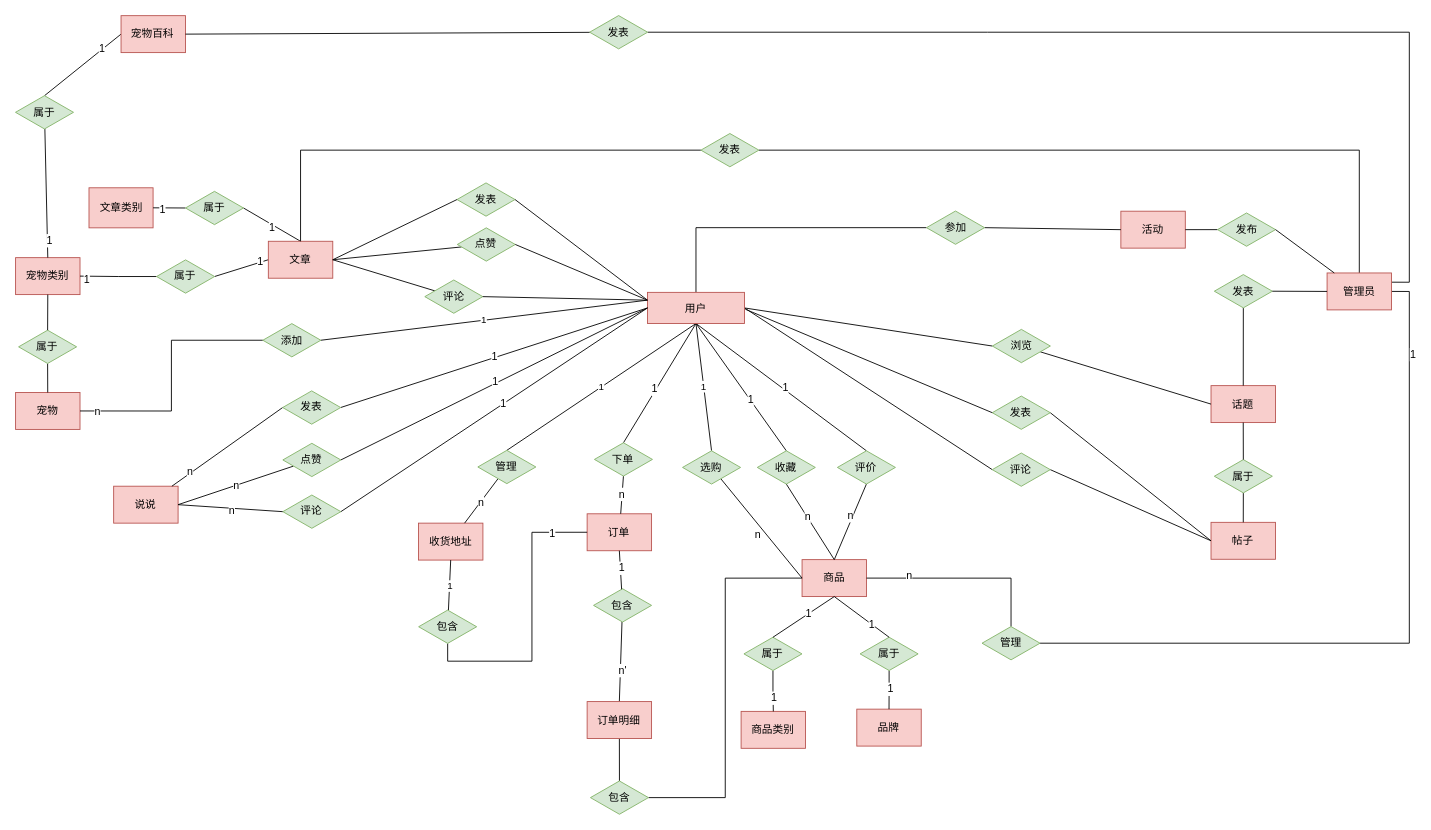
This is pet/ER/ER图总图.drawio from JMHello/draw, a draw.io file, before an edit. Source tidied: cells renumbered, new cells numbered last; positions are measured from the earlier drawing's top-left corner, leaving out a move shared by most shapes. Both pictures are drawn from the tidied source at 89%, with x=0, y=0 at pixel (15, 15).
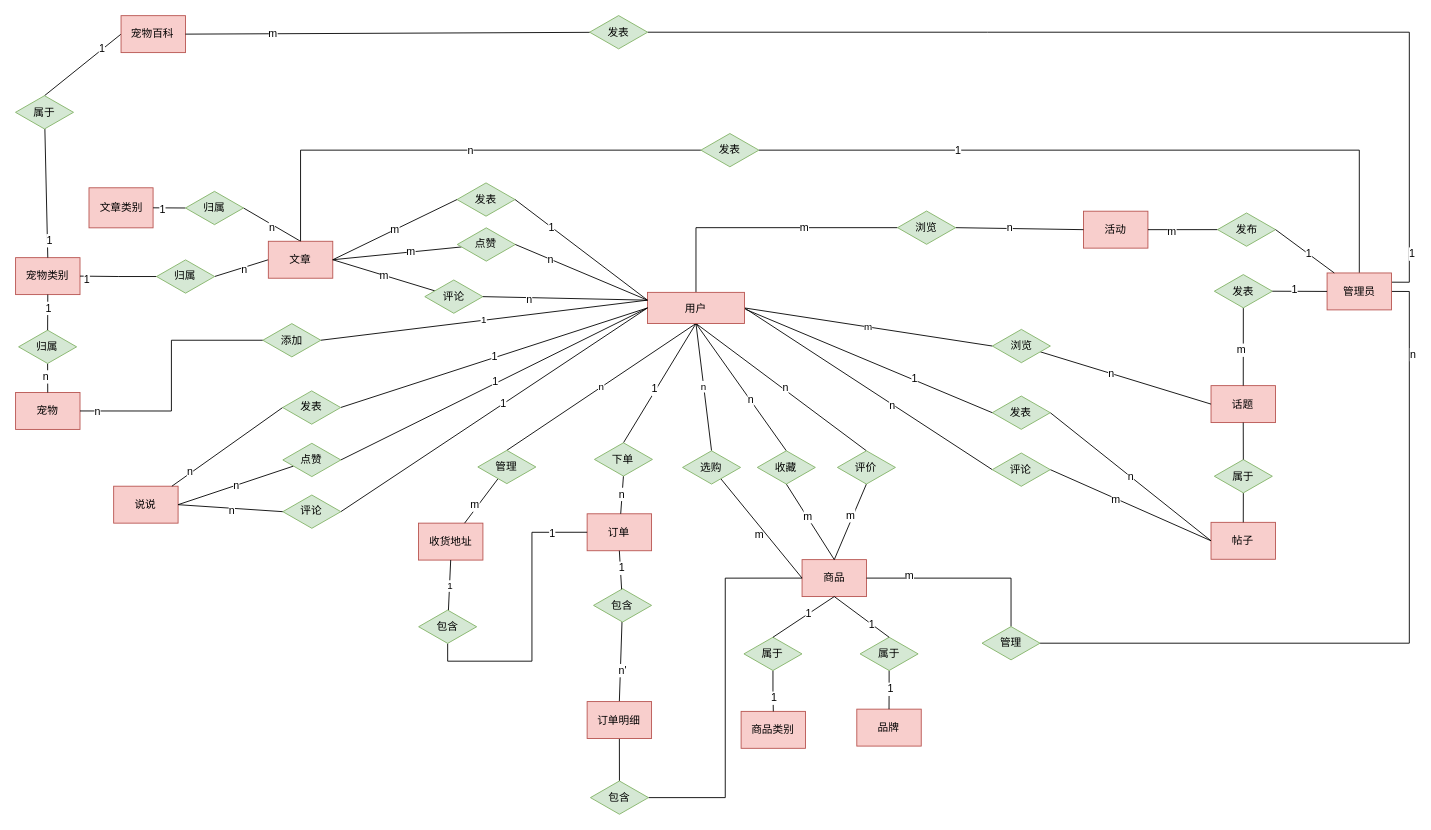
The same page after the edit.

Unchanged cells that the change refers to:
```xml
<mxCell id="4" style="edgeStyle=none;rounded=0;jettySize=auto;html=1;exitX=0.5;exitY=1;exitDx=0;exitDy=0;entryX=0.5;entryY=0;entryDx=0;entryDy=0;endArrow=none;endFill=0;fontSize=12;" parent="1" edge="1" source="14" target="105">
<mxCell id="6" style="edgeStyle=none;rounded=0;jettySize=auto;html=1;exitX=0.5;exitY=1;exitDx=0;exitDy=0;entryX=0.5;entryY=0;entryDx=0;entryDy=0;endArrow=none;endFill=0;fontSize=12;" parent="1" edge="1" source="14" target="108">
<mxCell id="12" style="edgeStyle=none;rounded=0;jettySize=auto;html=1;entryX=0;entryY=0.5;entryDx=0;entryDy=0;endArrow=none;endFill=0;exitX=1;exitY=0.5;exitDx=0;exitDy=0;" parent="1" edge="1" source="14" target="130">
<mxCell id="13" style="edgeStyle=orthogonalEdgeStyle;rounded=0;jettySize=auto;html=1;entryX=0;entryY=0.5;entryDx=0;entryDy=0;endArrow=none;endFill=0;exitX=0.5;exitY=0;exitDx=0;exitDy=0;" parent="1" edge="1" source="14" target="45">
<mxCell id="14" value="用户" style="rounded=0;whiteSpace=wrap;html=1;fillColor=#f8cecc;strokeColor=#b85450;fontSize=12;" parent="1" vertex="1">
<mxCell id="15" style="edgeStyle=orthogonalEdgeStyle;rounded=0;jettySize=auto;html=1;exitX=0.5;exitY=0;exitDx=0;exitDy=0;entryX=1;entryY=0.5;entryDx=0;entryDy=0;endArrow=none;endFill=0;fontSize=12;" parent="1" edge="1" source="19" target="64">
<mxCell id="16" style="edgeStyle=orthogonalEdgeStyle;rounded=0;jettySize=auto;html=1;entryX=1;entryY=0.5;entryDx=0;entryDy=0;endArrow=none;endFill=0;exitX=1;exitY=0.5;exitDx=0;exitDy=0;" parent="1" edge="1" source="19" target="111">
<mxCell id="18" style="edgeStyle=orthogonalEdgeStyle;rounded=0;jettySize=auto;html=1;entryX=1;entryY=0.5;entryDx=0;entryDy=0;endArrow=none;endFill=0;exitX=1;exitY=0.25;exitDx=0;exitDy=0;" parent="1" edge="1" source="19" target="135">
<mxCell id="20" style="rounded=0;jettySize=auto;html=1;exitX=0;exitY=0.5;exitDx=0;exitDy=0;entryX=1;entryY=0.5;entryDx=0;entryDy=0;endArrow=none;endFill=0;fontSize=12;" parent="1" edge="1" source="24" target="67">
<mxCell id="22" style="rounded=0;jettySize=auto;html=1;exitX=0.5;exitY=0;exitDx=0;exitDy=0;entryX=1;entryY=0.5;entryDx=0;entryDy=0;endArrow=none;endFill=0;fontSize=12;" parent="1" edge="1" source="24" target="71">
<mxCell id="24" value="文章" style="rounded=0;whiteSpace=wrap;html=1;fillColor=#f8cecc;strokeColor=#b85450;fontSize=12;" parent="1" vertex="1">
<mxCell id="28" value="发表" style="rhombus;whiteSpace=wrap;html=1;fontSize=12;fillColor=#d5e8d4;strokeColor=#82b366;" parent="1" vertex="1">
<mxCell id="29" style="rounded=0;jettySize=auto;html=1;entryX=1;entryY=0.5;entryDx=0;entryDy=0;fontSize=12;endArrow=none;endFill=0;exitX=0;exitY=0.25;exitDx=0;exitDy=0;" parent="1" edge="1" source="14" target="28">
<mxCell id="31" style="rounded=0;jettySize=auto;html=1;exitX=0.5;exitY=1;exitDx=0;exitDy=0;fontSize=12;endArrow=none;endFill=0;" parent="1" edge="1" source="32" target="25">
<mxCell id="33" style="rounded=0;jettySize=auto;html=1;entryX=1;entryY=0.5;entryDx=0;entryDy=0;fontSize=12;endArrow=none;endFill=0;exitX=0;exitY=0.5;exitDx=0;exitDy=0;" parent="1" edge="1" source="19" target="32">
<mxCell id="34" value="帖子" style="rounded=0;whiteSpace=wrap;html=1;fillColor=#f8cecc;strokeColor=#b85450;fontSize=12;" parent="1" vertex="1">
<mxCell id="39" value="发表" style="rhombus;whiteSpace=wrap;html=1;fontSize=12;fillColor=#d5e8d4;strokeColor=#82b366;" parent="1" vertex="1">
<mxCell id="40" style="rounded=0;jettySize=auto;html=1;entryX=0;entryY=0.5;entryDx=0;entryDy=0;endArrow=none;endFill=0;fontSize=12;" parent="1" edge="1" target="39">
<mxCell id="41" style="edgeStyle=none;rounded=0;jettySize=auto;html=1;entryX=1;entryY=0.5;entryDx=0;entryDy=0;endArrow=none;endFill=0;fontSize=12;" parent="1" edge="1" source="42" target="26">
<mxCell id="43" style="edgeStyle=none;rounded=0;jettySize=auto;html=1;entryX=1;entryY=0.5;entryDx=0;entryDy=0;endArrow=none;endFill=0;fontSize=12;" parent="1" edge="1" source="19" target="42">
<mxCell id="44" style="edgeStyle=none;rounded=0;jettySize=auto;html=1;exitX=1;exitY=0.5;exitDx=0;exitDy=0;entryX=0;entryY=0.5;entryDx=0;entryDy=0;endArrow=none;endFill=0;fontSize=12;" parent="1" edge="1" source="45" target="26">
<mxCell id="51" style="edgeStyle=none;rounded=0;jettySize=auto;html=1;entryX=1;entryY=0.5;entryDx=0;entryDy=0;endArrow=none;endFill=0;fontSize=12;" parent="1" edge="1" source="52" target="24">
<mxCell id="53" style="edgeStyle=none;rounded=0;jettySize=auto;html=1;exitX=0;exitY=0.25;exitDx=0;exitDy=0;entryX=1;entryY=0.5;entryDx=0;entryDy=0;endArrow=none;endFill=0;fontSize=12;" parent="1" edge="1" source="14" target="52">
<mxCell id="55" value="评论" style="rhombus;whiteSpace=wrap;html=1;fontSize=12;fillColor=#d5e8d4;strokeColor=#82b366;" parent="1" vertex="1">
<mxCell id="56" style="edgeStyle=none;rounded=0;jettySize=auto;html=1;exitX=0;exitY=0.25;exitDx=0;exitDy=0;entryX=1;entryY=0.5;entryDx=0;entryDy=0;endArrow=none;endFill=0;fontSize=12;" parent="1" edge="1" source="14" target="55">
<mxCell id="57" style="group;" parent="1" vertex="1">
<mxCell id="60" style="edgeStyle=none;rounded=0;jettySize=auto;html=1;exitX=0.5;exitY=1;exitDx=0;exitDy=0;endArrow=none;endFill=0;fontSize=12;" parent="57" edge="1" source="61" target="59">
<mxCell id="62" style="edgeStyle=none;rounded=0;jettySize=auto;html=1;exitX=0.5;exitY=1;exitDx=0;exitDy=0;entryX=0.5;entryY=0;entryDx=0;entryDy=0;endArrow=none;endFill=0;fontSize=12;" parent="57" edge="1" source="58" target="61">
<mxCell id="63" style="edgeStyle=orthogonalEdgeStyle;rounded=0;jettySize=auto;html=1;exitX=0;exitY=0.5;exitDx=0;exitDy=0;entryX=0.5;entryY=0;entryDx=0;entryDy=0;endArrow=none;endFill=0;fontSize=12;" parent="1" edge="1" source="64" target="24">
<mxCell id="103" style="edgeStyle=none;rounded=0;jettySize=auto;html=1;exitX=0.5;exitY=1;exitDx=0;exitDy=0;entryX=0.5;entryY=0;entryDx=0;entryDy=0;endArrow=none;endFill=0;fontSize=12;" parent="1" edge="1" source="105" target="82">
<mxCell id="106" style="edgeStyle=none;rounded=0;jettySize=auto;html=1;exitX=0.5;exitY=1;exitDx=0;exitDy=0;entryX=0.5;entryY=0;entryDx=0;entryDy=0;endArrow=none;endFill=0;fontSize=12;" parent="1" edge="1" source="108" target="82">
<mxCell id="109" style="edgeStyle=orthogonalEdgeStyle;rounded=0;jettySize=auto;html=1;entryX=1;entryY=0.5;entryDx=0;entryDy=0;endArrow=none;endFill=0;exitX=0.5;exitY=0;exitDx=0;exitDy=0;" parent="1" edge="1" source="111" target="82">
<mxCell id="113" style="edgeStyle=none;rounded=0;jettySize=auto;html=1;endArrow=none;endFill=0;" parent="1" edge="1" source="115" target="112">
<mxCell id="115" value="管理" style="rhombus;whiteSpace=wrap;html=1;fontSize=12;fillColor=#d5e8d4;strokeColor=#82b366;" parent="1" vertex="1">
<mxCell id="126" value="选购" style="rhombus;whiteSpace=wrap;html=1;fontSize=12;fillColor=#d5e8d4;strokeColor=#82b366;" parent="1" vertex="1">
<mxCell id="127" style="edgeStyle=none;rounded=0;jettySize=auto;html=1;endArrow=none;endFill=0;entryX=0;entryY=0.5;entryDx=0;entryDy=0;" parent="1" edge="1" source="128" target="25">
<mxCell id="128" value="浏览" style="rhombus;whiteSpace=wrap;html=1;fontSize=12;fillColor=#d5e8d4;strokeColor=#82b366;" parent="1" vertex="1">
<mxCell id="129" style="edgeStyle=none;rounded=0;jettySize=auto;html=1;entryX=0;entryY=0.5;entryDx=0;entryDy=0;endArrow=none;endFill=0;exitX=1;exitY=0.5;exitDx=0;exitDy=0;" parent="1" edge="1" source="130" target="34">
<mxCell id="134" style="edgeStyle=none;rounded=0;jettySize=auto;html=1;entryX=1;entryY=0.5;entryDx=0;entryDy=0;endArrow=none;endFill=0;" parent="1" edge="1" source="135" target="133">
```

Change to the diagram source:
```diff
@@
-    <mxCell id="5" value="1" style="text;html=1;align=center;verticalAlign=middle;labelBackgroundColor=#ffffff;" parent="4" vertex="1">
+    <mxCell id="5" value="n" style="text;html=1;align=center;verticalAlign=middle;labelBackgroundColor=#ffffff;" parent="4" vertex="1">
       <mxGeometry x="0.03" y="3" relative="1" as="geometry" />
     </mxCell>
@@
-    <mxCell id="7" value="1" style="text;html=1;align=center;verticalAlign=middle;labelBackgroundColor=#ffffff;" parent="6" vertex="1">
+    <mxCell id="7" value="n" style="text;html=1;align=center;verticalAlign=middle;labelBackgroundColor=#ffffff;" parent="6" vertex="1">
       <mxGeometry x="0.2" relative="1" as="geometry" />
     </mxCell>
-    <mxCell id="8" value="1" style="edgeStyle=none;rounded=0;jettySize=auto;html=1;entryX=0.5;entryY=0;entryDx=0;entryDy=0;endArrow=none;endFill=0;exitX=0.5;exitY=1;exitDx=0;exitDy=0;" parent="1" edge="1" source="14" target="115">
+    <mxCell id="8" value="n" style="edgeStyle=none;rounded=0;jettySize=auto;html=1;entryX=0.5;entryY=0;entryDx=0;entryDy=0;endArrow=none;endFill=0;exitX=0.5;exitY=1;exitDx=0;exitDy=0;" parent="1" edge="1" source="14" target="115">
       <mxGeometry relative="1" as="geometry" />
     </mxCell>
@@
-    <mxCell id="10" value="1" style="edgeStyle=none;rounded=0;jettySize=auto;html=1;entryX=0.5;entryY=0;entryDx=0;entryDy=0;endArrow=none;endFill=0;exitX=0.5;exitY=1;exitDx=0;exitDy=0;" parent="1" edge="1" source="14" target="126">
+    <mxCell id="10" value="n" style="edgeStyle=none;rounded=0;jettySize=auto;html=1;entryX=0.5;entryY=0;entryDx=0;entryDy=0;endArrow=none;endFill=0;exitX=0.5;exitY=1;exitDx=0;exitDy=0;" parent="1" edge="1" source="14" target="126">
       <mxGeometry relative="1" as="geometry" />
     </mxCell>
-    <mxCell id="11" style="rounded=0;jettySize=auto;html=1;entryX=0;entryY=0.5;entryDx=0;entryDy=0;endArrow=none;endFill=0;exitX=1;exitY=0.5;exitDx=0;exitDy=0;" parent="1" edge="1" source="14" target="128">
+    <mxCell id="11" value="m" style="rounded=0;jettySize=auto;html=1;entryX=0;entryY=0.5;entryDx=0;entryDy=0;endArrow=none;endFill=0;exitX=1;exitY=0.5;exitDx=0;exitDy=0;" parent="1" edge="1" source="14" target="128">
       <mxGeometry relative="1" as="geometry" />
     </mxCell>
@@
+    <mxCell id="142" value="n" style="text;html=1;align=center;verticalAlign=middle;labelBackgroundColor=#ffffff;" parent="12" vertex="1">
+      <mxGeometry x="0.2" y="-2" relative="1" as="geometry" />
+    </mxCell>
@@
+    <mxCell id="143" value="m" style="text;html=1;align=center;verticalAlign=middle;labelBackgroundColor=#ffffff;" parent="13" vertex="1">
+      <mxGeometry x="0.3" y="1" relative="1" as="geometry" />
+    </mxCell>
@@
+    <mxCell id="144" value="1" style="text;html=1;align=center;verticalAlign=middle;labelBackgroundColor=#ffffff;" parent="15" vertex="1">
+      <mxGeometry x="0.45" relative="1" as="geometry" />
+    </mxCell>
@@
-    <mxCell id="17" value="1" style="text;html=1;align=center;verticalAlign=middle;labelBackgroundColor=#ffffff;" parent="16" vertex="1">
+    <mxCell id="17" value="n" style="text;html=1;align=center;verticalAlign=middle;labelBackgroundColor=#ffffff;" parent="16" vertex="1">
       <mxGeometry x="-0.78" y="3" relative="1" as="geometry" />
     </mxCell>
@@
+    <mxCell id="145" value="1" style="text;html=1;align=center;verticalAlign=middle;labelBackgroundColor=#ffffff;" parent="18" vertex="1">
+      <mxGeometry x="-0.91" y="-2" relative="1" as="geometry" />
+    </mxCell>
@@
-    <mxCell id="21" value="1" style="text;html=1;align=center;verticalAlign=middle;labelBackgroundColor=#ffffff;" parent="20" vertex="1">
-      <mxGeometry x="-0.68" y="-1" relative="1" as="geometry" />
+    <mxCell id="21" value="n" style="text;html=1;align=center;verticalAlign=middle;labelBackgroundColor=#ffffff;" parent="20" vertex="1">
+      <mxGeometry x="-0.68" y="-1" relative="1" as="geometry">
+        <mxPoint x="-18" y="9" as="offset" />
+      </mxGeometry>
     </mxCell>
@@
-    <mxCell id="23" value="1" style="text;html=1;align=center;verticalAlign=middle;labelBackgroundColor=#ffffff;" parent="22" vertex="1">
+    <mxCell id="23" value="n" style="text;html=1;align=center;verticalAlign=middle;labelBackgroundColor=#ffffff;" parent="22" vertex="1">
       <mxGeometry x="-0.04" y="3" relative="1" as="geometry" />
     </mxCell>
@@
     <mxCell id="26" value="活动" style="rounded=0;whiteSpace=wrap;html=1;fillColor=#f8cecc;strokeColor=#b85450;fontSize=12;" parent="1" vertex="1">
-      <mxGeometry x="1241.9" y="219.8" width="72.4" height="41.5" as="geometry" />
+      <mxGeometry x="1199.9" y="219.8" width="72.4" height="41.5" as="geometry" />
     </mxCell>
-    <mxCell id="27" style="rounded=0;jettySize=auto;html=1;exitX=0;exitY=0.5;exitDx=0;exitDy=0;fontSize=12;endArrow=none;endFill=0;entryX=1;entryY=0.5;entryDx=0;entryDy=0;" parent="1" edge="1" source="28" target="24">
+    <mxCell id="27" value="m" style="rounded=0;jettySize=auto;html=1;exitX=0;exitY=0.5;exitDx=0;exitDy=0;fontSize=12;endArrow=none;endFill=0;entryX=1;entryY=0.5;entryDx=0;entryDy=0;" parent="1" edge="1" source="28" target="24">
       <mxGeometry relative="1" as="geometry" />
     </mxCell>
@@
+    <mxCell id="146" value="1" style="text;html=1;align=center;verticalAlign=middle;labelBackgroundColor=#ffffff;" parent="29" vertex="1">
+      <mxGeometry x="0.45" y="1" relative="1" as="geometry" />
+    </mxCell>
@@
+    <mxCell id="147" value="m" style="text;html=1;align=center;verticalAlign=middle;labelBackgroundColor=#ffffff;" parent="31" vertex="1">
+      <mxGeometry x="0.07" y="-3" relative="1" as="geometry" />
+    </mxCell>
@@
+    <mxCell id="148" value="1" style="text;html=1;align=center;verticalAlign=middle;labelBackgroundColor=#ffffff;" parent="33" vertex="1">
+      <mxGeometry x="0.19" y="-2" relative="1" as="geometry" />
+    </mxCell>
@@
-    <mxCell id="38" style="rounded=0;jettySize=auto;html=1;exitX=1;exitY=0.5;exitDx=0;exitDy=0;entryX=0;entryY=0.5;entryDx=0;entryDy=0;endArrow=none;endFill=0;fontSize=12;" parent="1" edge="1" source="39" target="34">
+    <mxCell id="38" value="n" style="rounded=0;jettySize=auto;html=1;exitX=1;exitY=0.5;exitDx=0;exitDy=0;entryX=0;entryY=0.5;entryDx=0;entryDy=0;endArrow=none;endFill=0;fontSize=12;" parent="1" edge="1" source="39" target="34">
       <mxGeometry relative="1" as="geometry" />
     </mxCell>
@@
+    <mxCell id="149" value="1" style="text;html=1;align=center;verticalAlign=middle;labelBackgroundColor=#ffffff;" parent="40" vertex="1">
+      <mxGeometry x="0.36" y="2" relative="1" as="geometry" />
+    </mxCell>
@@
+    <mxCell id="150" value="m" style="text;html=1;align=center;verticalAlign=middle;labelBackgroundColor=#ffffff;" parent="41" vertex="1">
+      <mxGeometry x="0.34" y="2" relative="1" as="geometry" />
+    </mxCell>
@@
+    <mxCell id="151" value="1" style="text;html=1;align=center;verticalAlign=middle;labelBackgroundColor=#ffffff;" parent="43" vertex="1">
+      <mxGeometry x="-0.13" relative="1" as="geometry" />
+    </mxCell>
@@
+    <mxCell id="152" value="n" style="text;html=1;align=center;verticalAlign=middle;labelBackgroundColor=#ffffff;" parent="44" vertex="1">
+      <mxGeometry x="-0.16" y="2" relative="1" as="geometry" />
+    </mxCell>
-    <mxCell id="45" value="参加" style="rhombus;whiteSpace=wrap;html=1;fontSize=12;fillColor=#d5e8d4;strokeColor=#82b366;" parent="1" vertex="1">
-      <mxGeometry x="1023.5" y="219.6" width="65.2" height="37.4" as="geometry" />
+    <mxCell id="45" value="浏览" style="rhombus;whiteSpace=wrap;html=1;fontSize=12;fillColor=#d5e8d4;strokeColor=#82b366;" parent="1" vertex="1">
+      <mxGeometry x="991" y="219.6" width="65.2" height="37.4" as="geometry" />
     </mxCell>
@@
+    <mxCell id="153" value="m" style="text;html=1;align=center;verticalAlign=middle;labelBackgroundColor=#ffffff;" parent="51" vertex="1">
+      <mxGeometry x="-0.2" y="-1" relative="1" as="geometry" />
+    </mxCell>
@@
+    <mxCell id="154" value="n" style="text;html=1;align=center;verticalAlign=middle;labelBackgroundColor=#ffffff;" parent="53" vertex="1">
+      <mxGeometry x="0.47" y="1" relative="1" as="geometry" />
+    </mxCell>
-    <mxCell id="54" style="edgeStyle=none;rounded=0;jettySize=auto;html=1;entryX=1;entryY=0.5;entryDx=0;entryDy=0;endArrow=none;endFill=0;fontSize=12;" parent="1" edge="1" source="55" target="24">
+    <mxCell id="54" value="m&lt;br&gt;" style="edgeStyle=none;rounded=0;jettySize=auto;html=1;entryX=1;entryY=0.5;entryDx=0;entryDy=0;endArrow=none;endFill=0;fontSize=12;" parent="1" edge="1" source="55" target="24">
       <mxGeometry relative="1" as="geometry" />
     </mxCell>
@@
+    <mxCell id="155" value="n" style="text;html=1;align=center;verticalAlign=middle;labelBackgroundColor=#ffffff;" parent="56" vertex="1">
+      <mxGeometry x="0.44" y="2" relative="1" as="geometry" />
+    </mxCell>
@@
+    <mxCell id="156" value="n" style="text;html=1;align=center;verticalAlign=middle;labelBackgroundColor=#ffffff;" parent="60" vertex="1">
+      <mxGeometry x="-0.08" y="-3" relative="1" as="geometry" />
+    </mxCell>
-    <mxCell id="61" value="属于" style="rhombus;whiteSpace=wrap;html=1;fontSize=12;fillColor=#d5e8d4;strokeColor=#82b366;" parent="57" vertex="1">
+    <mxCell id="61" value="归属" style="rhombus;whiteSpace=wrap;html=1;fontSize=12;fillColor=#d5e8d4;strokeColor=#82b366;" parent="57" vertex="1">
       <mxGeometry x="3.4" y="81.5" width="65.2" height="37.4" as="geometry" />
     </mxCell>
@@
+    <mxCell id="157" value="1" style="text;html=1;align=center;verticalAlign=middle;labelBackgroundColor=#ffffff;" parent="62" vertex="1">
+      <mxGeometry x="-0.25" relative="1" as="geometry" />
+    </mxCell>
@@
+    <mxCell id="158" value="n" style="text;html=1;align=center;verticalAlign=middle;labelBackgroundColor=#ffffff;" parent="63" vertex="1">
+      <mxGeometry x="-0.06" relative="1" as="geometry" />
+    </mxCell>
@@
-    <mxCell id="67" value="属于" style="rhombus;whiteSpace=wrap;html=1;fontSize=12;fillColor=#d5e8d4;strokeColor=#82b366;" parent="1" vertex="1">
+    <mxCell id="67" value="归属" style="rhombus;whiteSpace=wrap;html=1;fontSize=12;fillColor=#d5e8d4;strokeColor=#82b366;" parent="1" vertex="1">
       <mxGeometry x="158.4" y="274.5" width="65.2" height="37.4" as="geometry" />
     </mxCell>
@@
-    <mxCell id="71" value="属于" style="rhombus;whiteSpace=wrap;html=1;fontSize=12;fillColor=#d5e8d4;strokeColor=#82b366;" parent="1" vertex="1">
+    <mxCell id="71" value="归属" style="rhombus;whiteSpace=wrap;html=1;fontSize=12;fillColor=#d5e8d4;strokeColor=#82b366;" parent="1" vertex="1">
       <mxGeometry x="190.9" y="197.5" width="65.2" height="37.4" as="geometry" />
     </mxCell>
@@
-    <mxCell id="104" value="n" style="text;html=1;align=center;verticalAlign=middle;labelBackgroundColor=#ffffff;" parent="103" vertex="1">
+    <mxCell id="104" value="m" style="text;html=1;align=center;verticalAlign=middle;labelBackgroundColor=#ffffff;" parent="103" vertex="1">
       <mxGeometry x="-0.15" y="-3" relative="1" as="geometry" />
     </mxCell>
@@
-    <mxCell id="107" value="n" style="text;html=1;align=center;verticalAlign=middle;labelBackgroundColor=#ffffff;" parent="106" vertex="1">
+    <mxCell id="107" value="m" style="text;html=1;align=center;verticalAlign=middle;labelBackgroundColor=#ffffff;" parent="106" vertex="1">
       <mxGeometry x="-0.14" y="1" relative="1" as="geometry" />
     </mxCell>
@@
-    <mxCell id="110" value="n" style="text;html=1;align=center;verticalAlign=middle;labelBackgroundColor=#ffffff;" parent="109" vertex="1">
+    <mxCell id="110" value="m" style="text;html=1;align=center;verticalAlign=middle;labelBackgroundColor=#ffffff;" parent="109" vertex="1">
       <mxGeometry x="0.56" y="-3" relative="1" as="geometry" />
     </mxCell>
@@
-    <mxCell id="114" value="n" style="text;html=1;align=center;verticalAlign=middle;labelBackgroundColor=#ffffff;" parent="113" vertex="1">
-      <mxGeometry x="0.08" y="1" relative="1" as="geometry">
-        <mxPoint y="-1" as="offset" />
-      </mxGeometry>
-    </mxCell>
+    <mxCell id="159" value="m" style="text;html=1;align=center;verticalAlign=middle;labelBackgroundColor=#ffffff;" parent="113" vertex="1">
+      <mxGeometry x="0.24" y="-4" relative="1" as="geometry" />
+    </mxCell>
@@
+    <mxCell id="160" value="n" style="text;html=1;align=center;verticalAlign=middle;labelBackgroundColor=#ffffff;" parent="127" vertex="1">
+      <mxGeometry x="-0.16" relative="1" as="geometry">
+        <mxPoint x="-1" as="offset" />
+      </mxGeometry>
+    </mxCell>
@@
+    <mxCell id="161" value="m" style="text;html=1;align=center;verticalAlign=middle;labelBackgroundColor=#ffffff;" parent="129" vertex="1">
+      <mxGeometry x="-0.19" y="-1" relative="1" as="geometry" />
+    </mxCell>
@@
+    <mxCell id="162" value="m" style="text;html=1;align=center;verticalAlign=middle;labelBackgroundColor=#ffffff;" parent="134" vertex="1">
+      <mxGeometry x="0.57" relative="1" as="geometry" />
+    </mxCell>
@@
-    <mxCell id="141" value="n" style="text;html=1;align=left;verticalAlign=top;spacingTop=-4;" parent="1" vertex="1">
-      <mxGeometry x="829" y="573" width="20" height="20" as="geometry" />
+    <mxCell id="141" value="m" style="text;html=1;align=left;verticalAlign=top;spacingTop=-4;" parent="1" vertex="1">
+      <mxGeometry x="829" y="573" width="30" height="20" as="geometry" />
     </mxCell>
```
